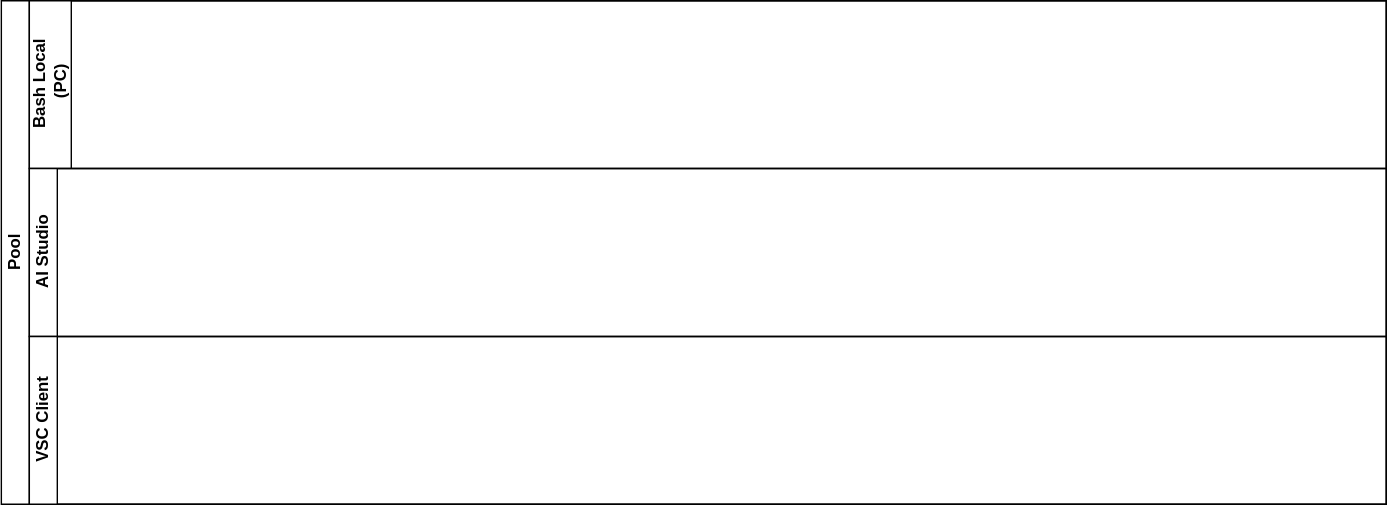
cdvelop/aiep keeps this draw.io diagram as systems_analysis/eva2/crear-env-vars-gitbash-windows.drawio.svg. Above is the earlier version. Source tidied: cells renumbered, new cells last; positions are measured from the earlier drawing's top-left corner, leaving out a move shared by most shapes.
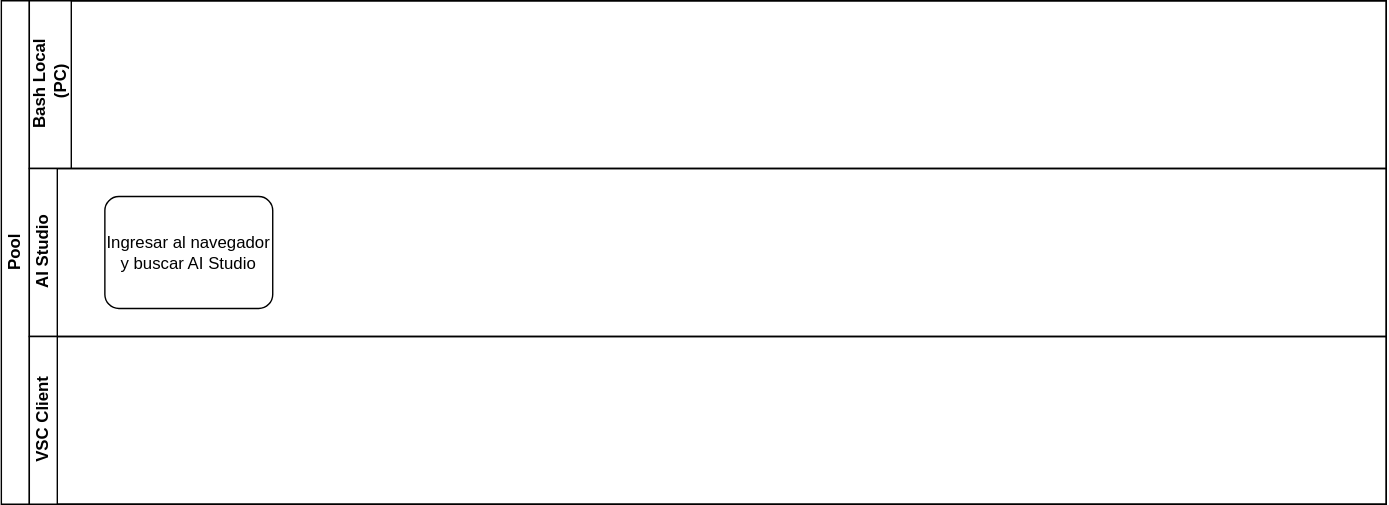
After the change.

The edit, as a diff of the source:
```diff
@@ -11,6 +11,9 @@
     <mxCell id="4" value="AI Studio" style="swimlane;html=1;startSize=20;horizontal=0;" parent="2" vertex="1">
       <mxGeometry x="20" y="120" width="970" height="120" as="geometry" />
     </mxCell>
+    <mxCell id="6" value="Ingresar al navegador y buscar AI Studio" style="shape=mxgraph.bpmn.task2;whiteSpace=wrap;rectStyle=rounded;size=10;html=1;taskMarker=abstract;" parent="4" vertex="1">
+      <mxGeometry x="54" y="20" width="120" height="80" as="geometry" />
+    </mxCell>
     <mxCell id="5" value="VSC Client" style="swimlane;html=1;startSize=20;horizontal=0;" parent="2" vertex="1">
       <mxGeometry x="20" y="240" width="970" height="120" as="geometry" />
     </mxCell>
```
